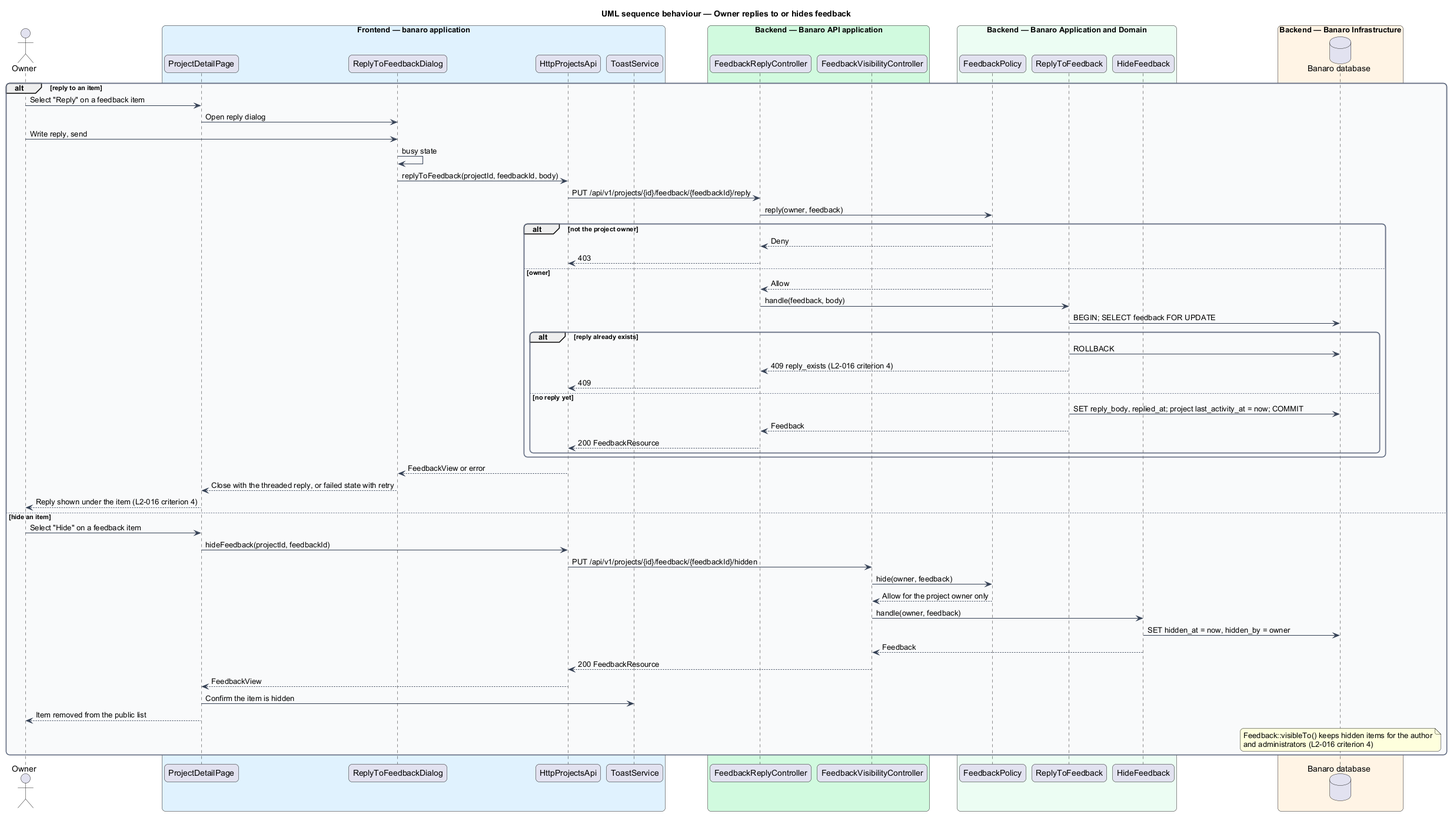
Before: docs/detailed-designs/projects/give-feedback/diagrams/sequence-respond-to-feedback.png, a diagram exported from PlantUML (QuinntyneBrown/banaro). The source it was exported from:
```plantuml
@startuml
title UML sequence behaviour — Owner replies to or hides feedback
skinparam backgroundColor #FFFFFF
skinparam shadowing false
skinparam roundcorner 12
skinparam defaultFontName Arial
skinparam ArrowColor #344054
skinparam rectangle {
  BorderColor #344054
  FontColor #101828
}
skinparam package {
  BorderColor #667085
  FontColor #101828
  BackgroundColor #F9FAFB
}
actor "Owner" as actor
box "Frontend — banaro application" #E0F2FE
  participant "ProjectDetailPage" as page
  participant "ReplyToFeedbackDialog" as dialog
  participant "HttpProjectsApi" as client
  participant "ToastService" as toast
end box
box "Backend — Banaro API application" #D1FADF
  participant "FeedbackReplyController" as rctrl
  participant "FeedbackVisibilityController" as vctrl
end box
box "Backend — Banaro Application and Domain" #ECFDF3
  participant "FeedbackPolicy" as policy
  participant "ReplyToFeedback" as reply
  participant "HideFeedback" as hide
end box
box "Backend — Banaro Infrastructure" #FFF4E5
  database "Banaro database" as db
end box

alt reply to an item
  actor -> page : Select "Reply" on a feedback item
  page -> dialog : Open reply dialog
  actor -> dialog : Write reply, send
  dialog -> dialog : busy state
  dialog -> client : replyToFeedback(projectId, feedbackId, body)
  client -> rctrl : PUT /api/v1/projects/{id}/feedback/{feedbackId}/reply
  rctrl -> policy : reply(owner, feedback)
  alt not the project owner
    policy --> rctrl : Deny
    rctrl --> client : 403
  else owner
    policy --> rctrl : Allow
    rctrl -> reply : handle(feedback, body)
    reply -> db : BEGIN; SELECT feedback FOR UPDATE
    alt reply already exists
      reply -> db : ROLLBACK
      reply --> rctrl : 409 reply_exists (L2-016 criterion 4)
      rctrl --> client : 409
    else no reply yet
      reply -> db : SET reply_body, replied_at; project last_activity_at = now; COMMIT
      reply --> rctrl : Feedback
      rctrl --> client : 200 FeedbackResource
    end
  end
  client --> dialog : FeedbackView or error
  dialog --> page : Close with the threaded reply, or failed state with retry
  page --> actor : Reply shown under the item (L2-016 criterion 4)
else hide an item
  actor -> page : Select "Hide" on a feedback item
  page -> client : hideFeedback(projectId, feedbackId)
  client -> vctrl : PUT /api/v1/projects/{id}/feedback/{feedbackId}/hidden
  vctrl -> policy : hide(owner, feedback)
  policy --> vctrl : Allow for the project owner only
  vctrl -> hide : handle(owner, feedback)
  hide -> db : SET hidden_at = now, hidden_by = owner
  hide --> vctrl : Feedback
  vctrl --> client : 200 FeedbackResource
  client --> page : FeedbackView
  page -> toast : Confirm the item is hidden
  page --> actor : Item removed from the public list
  note over db : Feedback::visibleTo() keeps hidden items for the author\nand administrators (L2-016 criterion 4)
end
@enduml
```
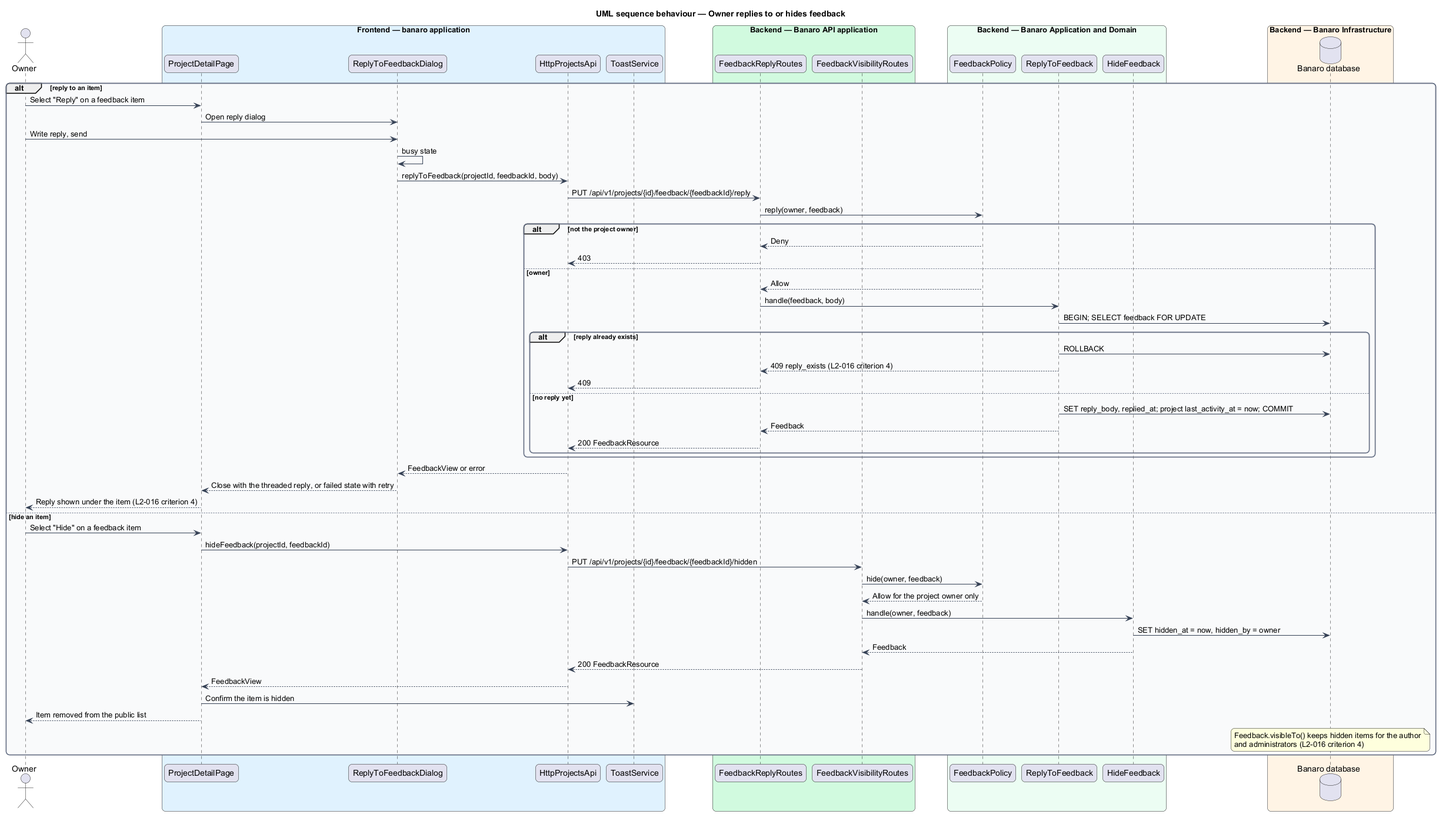
After the commit.

Diff of the diagram source:
```diff
@@ -22,8 +22,8 @@
   participant "ToastService" as toast
 end box
 box "Backend — Banaro API application" #D1FADF
-  participant "FeedbackReplyController" as rctrl
-  participant "FeedbackVisibilityController" as vctrl
+  participant "FeedbackReplyRoutes" as rctrl
+  participant "FeedbackVisibilityRoutes" as vctrl
 end box
 box "Backend — Banaro Application and Domain" #ECFDF3
   participant "FeedbackPolicy" as policy
@@ -75,6 +75,6 @@
   client --> page : FeedbackView
   page -> toast : Confirm the item is hidden
   page --> actor : Item removed from the public list
-  note over db : Feedback::visibleTo() keeps hidden items for the author\nand administrators (L2-016 criterion 4)
+  note over db : Feedback.visibleTo() keeps hidden items for the author\nand administrators (L2-016 criterion 4)
 end
 @enduml
```
